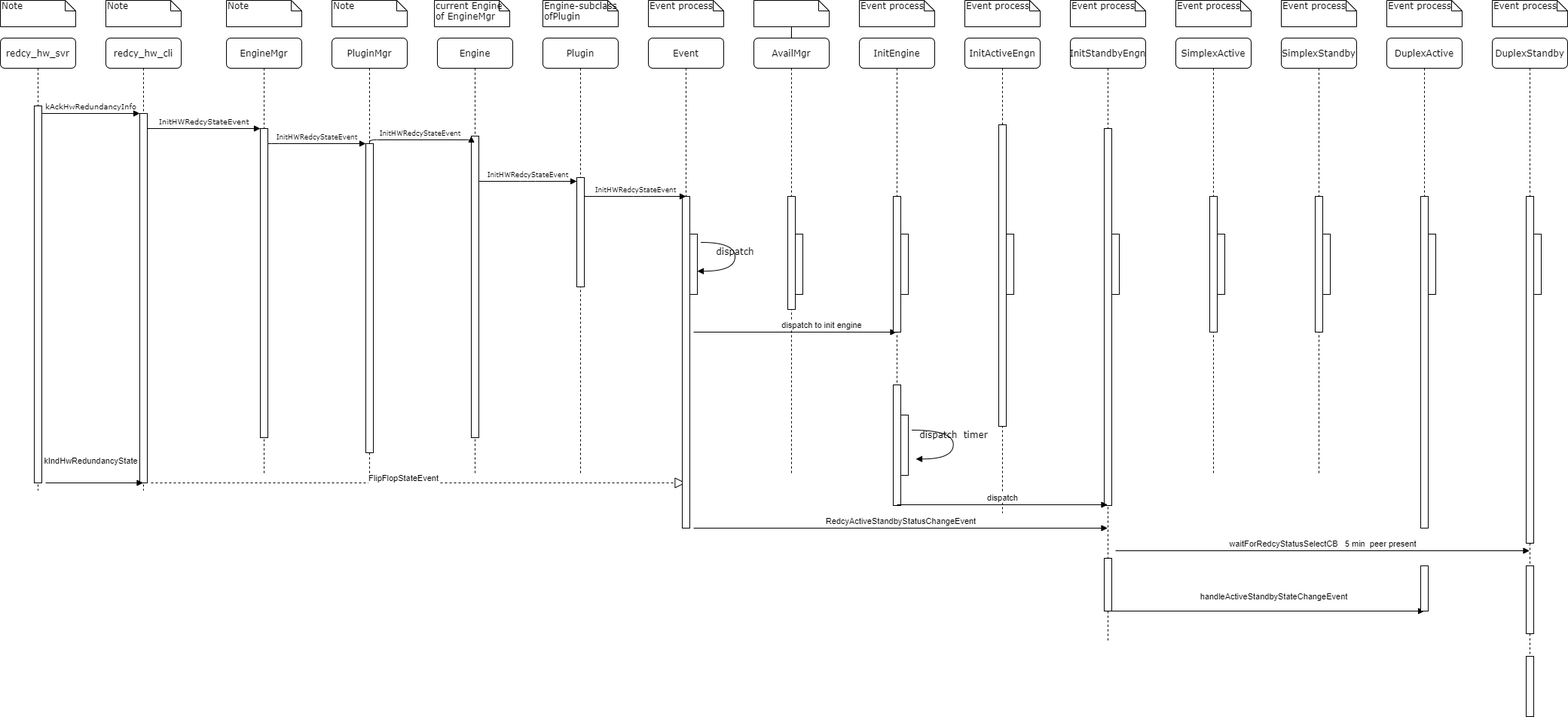
Earlier version of the draw.io export UML/StartStandbyRedundancy.png (Steve888888/FN-Redundancy). Source tidied: cells renumbered, new cells last; positions are measured from the earlier drawing's top-left corner, leaving out a move shared by most shapes.
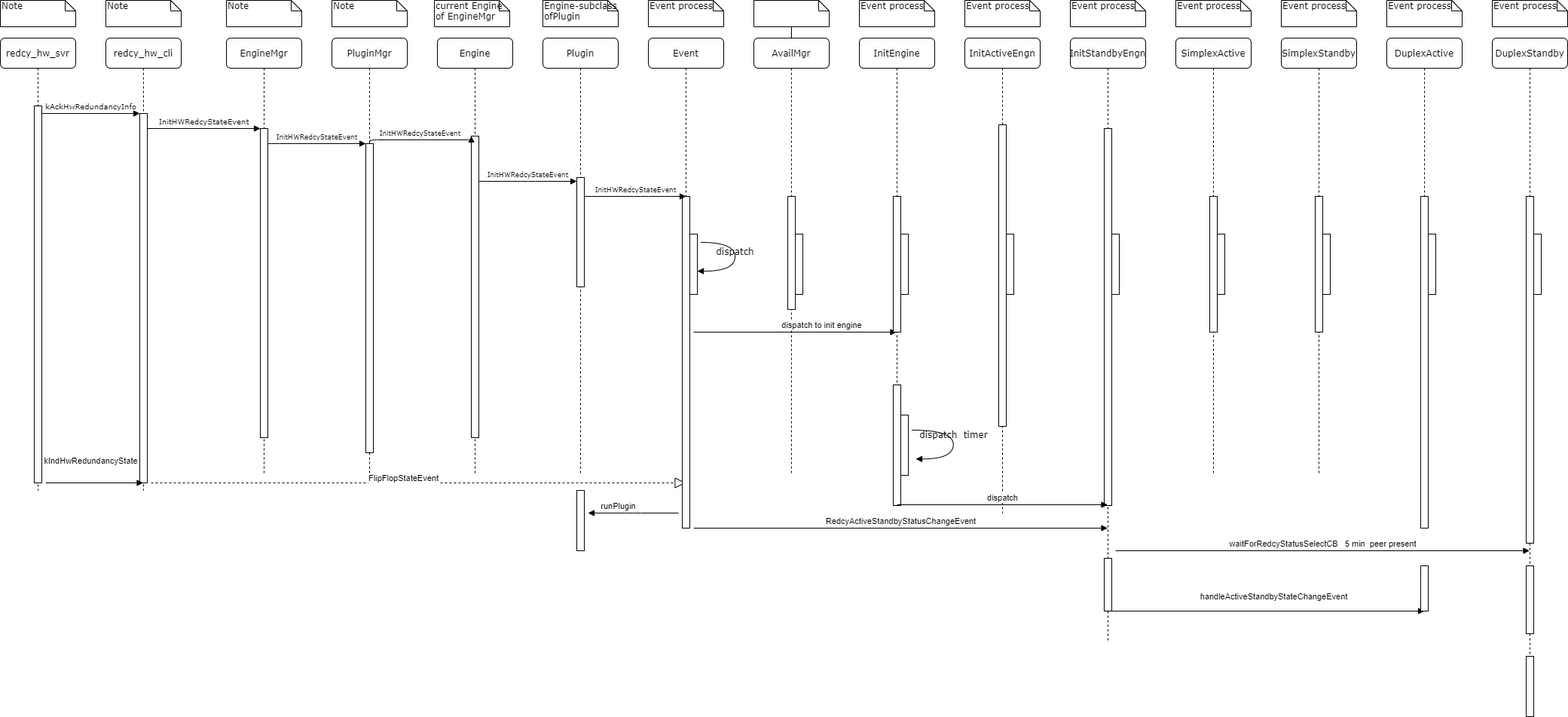
The same diagram one commit later.

Change to the diagram source:
```diff
@@ -274,5 +274,17 @@
         <mxPoint x="920" y="700" as="sourcePoint" />
       </mxGeometry>
     </mxCell>
+    <mxCell id="79" style="html=1;perimeter=orthogonalPerimeter;" parent="1" vertex="1">
+      <mxGeometry x="765" y="650" width="10" height="80" as="geometry" />
+    </mxCell>
+    <mxCell id="80" value="runPlugin" style="html=1;verticalAlign=bottom;endArrow=block;" parent="1" edge="1">
+      <mxGeometry x="0.33" relative="1" as="geometry">
+        <mxPoint x="900" y="680" as="sourcePoint" />
+        <mxPoint x="780" y="680" as="targetPoint" />
+        <Array as="points">
+          <mxPoint x="840" y="680" />
+        </Array>
+      </mxGeometry>
+    </mxCell>
   </root>
 </mxGraphModel>
```
